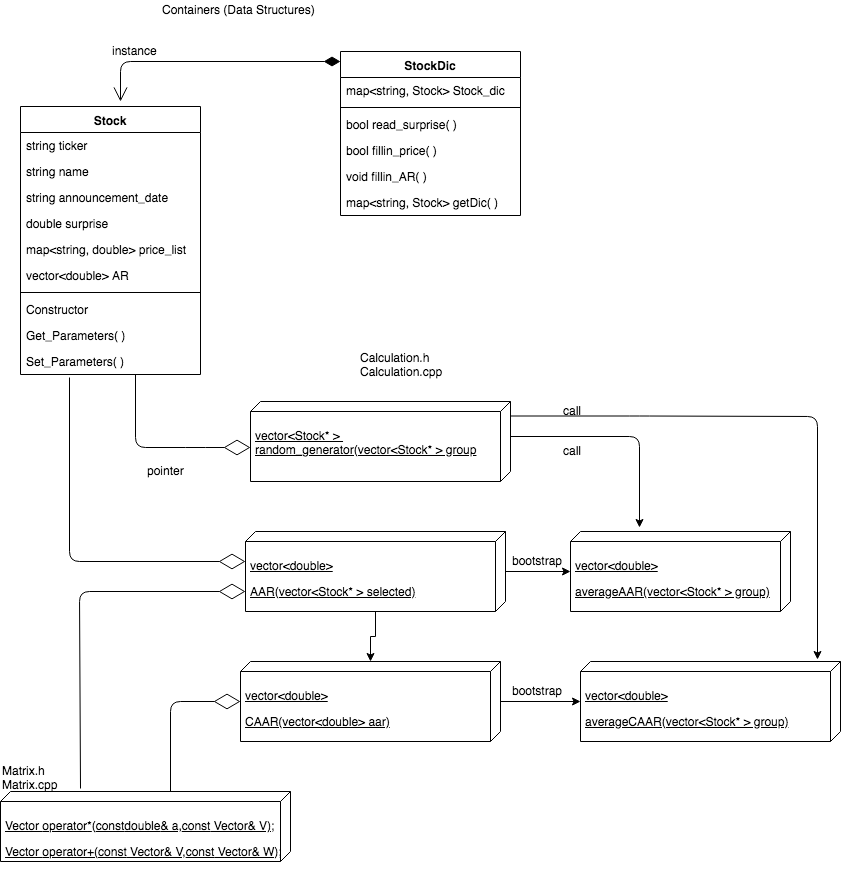
Above: 6883_C-_computing/project/Untitled Diagram.png in lei-hsia/cpp_cudaC (draw.io), before the change. Source tidied: cells renumbered, new cells last; positions are measured from the earlier drawing's top-left corner, leaving out a move shared by most shapes.
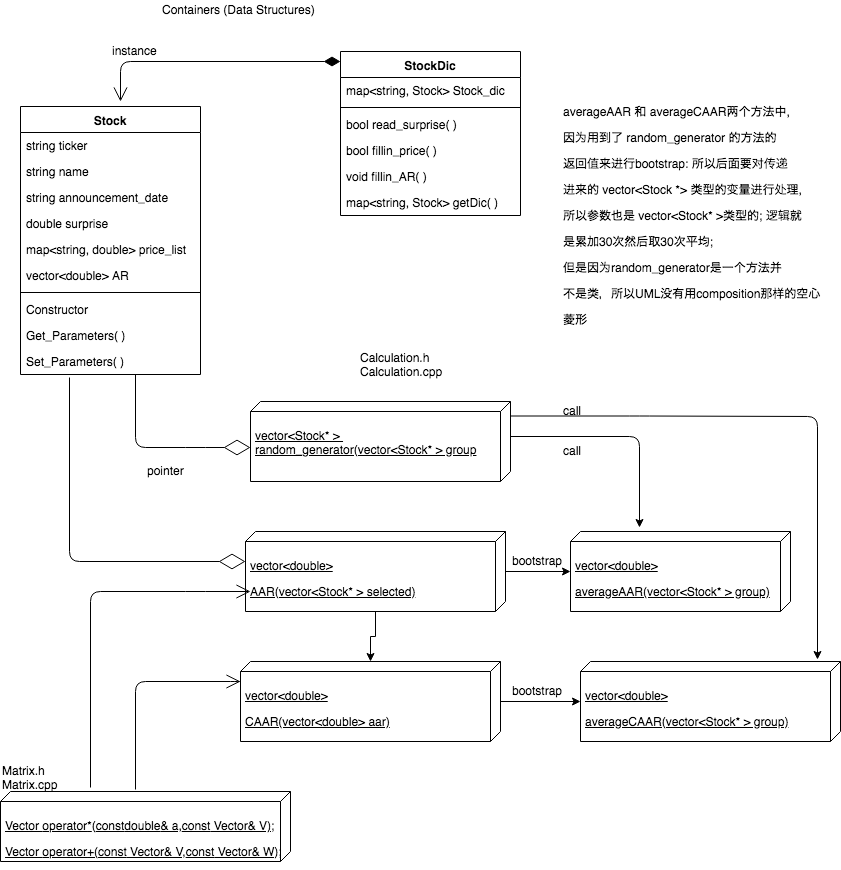
After the change.

The edit, as a diff of the source:
```diff
@@ -125,23 +125,6 @@
     <mxCell id="37" value="&lt;p&gt;&lt;span&gt;Vector &lt;/span&gt;&lt;span&gt;operator&lt;/span&gt;&lt;span&gt;*&lt;/span&gt;&lt;span&gt;(&lt;/span&gt;&lt;span&gt;const&lt;/span&gt;&lt;span&gt;double&lt;/span&gt;&lt;span&gt;&amp;amp; a,&lt;/span&gt;&lt;span&gt;const&lt;/span&gt;&lt;span&gt; Vector&amp;amp; V);&lt;/span&gt;&lt;/p&gt;&lt;p&gt;&lt;/p&gt;&lt;p&gt;&lt;span&gt;Vector &lt;/span&gt;&lt;span&gt;operator&lt;/span&gt;&lt;span&gt;+(&lt;/span&gt;&lt;span&gt;const&lt;/span&gt;&lt;span&gt; Vector&amp;amp; V,&lt;/span&gt;&lt;span&gt;const&lt;/span&gt;&lt;span&gt; Vector&amp;amp; W);&lt;/span&gt;&lt;/p&gt;" style="verticalAlign=top;align=left;spacingTop=8;spacingLeft=2;spacingRight=12;shape=cube;size=10;direction=south;fontStyle=4;html=1;" parent="1" vertex="1">
       <mxGeometry y="791" width="290" height="70" as="geometry" />
     </mxCell>
-    <mxCell id="38" style="endArrow=diamondThin;endFill=0;endSize=24;html=1;" parent="1" edge="1">
-      <mxGeometry relative="1" as="geometry">
-        <mxPoint x="80" y="788" as="sourcePoint" />
-        <mxPoint x="245" y="591" as="targetPoint" />
-        <Array as="points">
-          <mxPoint x="79" y="591" />
-        </Array>
-      </mxGeometry>
-    </mxCell>
-    <mxCell id="39" style="endArrow=diamondThin;endFill=0;endSize=24;html=1;exitX=0;exitY=0.414;exitDx=0;exitDy=0;exitPerimeter=0;" parent="1" edge="1" source="37">
-      <mxGeometry relative="1" as="geometry">
-        <mxPoint x="240" y="701" as="targetPoint" />
-        <Array as="points">
-          <mxPoint x="170" y="701" />
-        </Array>
-      </mxGeometry>
-    </mxCell>
     <mxCell id="40" value="Matrix.h&lt;br&gt;Matrix.cpp" style="text;html=1;align=left;verticalAlign=top;spacingTop=-4;" parent="1" vertex="1">
       <mxGeometry y="761" width="70" height="30" as="geometry" />
     </mxCell>
@@ -167,5 +150,29 @@
     <mxCell id="44" value="call" style="text;html=1;align=left;verticalAlign=top;spacingTop=-4;" parent="1" vertex="1">
       <mxGeometry x="561" y="441" width="30" height="20" as="geometry" />
     </mxCell>
+    <mxCell id="45" value="&lt;p&gt;&lt;br&gt;&lt;/p&gt;" style="text;html=1;align=left;verticalAlign=top;spacingTop=-4;" parent="1" vertex="1">
+      <mxGeometry x="575" y="103" width="20" height="40" as="geometry" />
+    </mxCell>
+    <mxCell id="46" style="endArrow=open;endFill=1;endSize=12;html=1;exitX=-0.057;exitY=0.69;exitDx=0;exitDy=0;exitPerimeter=0;entryX=0.75;entryY=0.981;entryDx=0;entryDy=0;entryPerimeter=0;" parent="1" edge="1" source="37" target="28">
+      <mxGeometry relative="1" as="geometry">
+        <Array as="points">
+          <mxPoint x="90" y="591" />
+          <mxPoint x="195" y="591" />
+        </Array>
+      </mxGeometry>
+    </mxCell>
+    <mxCell id="47" style="endArrow=open;endFill=1;endSize=12;html=1;" parent="1" edge="1">
+      <mxGeometry relative="1" as="geometry">
+        <mxPoint x="135" y="789" as="sourcePoint" />
+        <mxPoint x="240" y="681" as="targetPoint" />
+        <Array as="points">
+          <mxPoint x="135" y="681" />
+          <mxPoint x="240" y="681" />
+        </Array>
+      </mxGeometry>
+    </mxCell>
+    <mxCell id="48" value="&lt;p&gt;&lt;span&gt;averageAAR 和 averageCAAR两个方法中,&lt;/span&gt;&lt;/p&gt;&lt;p&gt;&lt;span&gt;因为用到了 random_generator 的方法的&lt;/span&gt;&lt;/p&gt;&lt;p&gt;&lt;span&gt;返回值来进行bootstrap: 所以后面要对传递&lt;/span&gt;&lt;/p&gt;&lt;p&gt;&lt;span&gt;进来的 vector&amp;lt;Stock *&amp;gt; 类型的变量进行处理,&lt;/span&gt;&lt;/p&gt;&lt;p&gt;&lt;span&gt;所以参数也是 vector&amp;lt;Stock* &amp;gt;类型的; 逻辑就&lt;/span&gt;&lt;/p&gt;&lt;p&gt;&lt;span&gt;是累加30次然后取30次平均;&lt;/span&gt;&lt;/p&gt;&lt;p&gt;&lt;span&gt;但是因为random_generator是一个方法并&lt;/span&gt;&lt;/p&gt;&lt;p&gt;&lt;span&gt;不是类，所以UML没有用composition那样的空心&lt;/span&gt;&lt;/p&gt;&lt;p&gt;&lt;span&gt;菱形&lt;/span&gt;&lt;/p&gt;" style="text;html=1;align=left;verticalAlign=top;spacingTop=-4;" parent="1" vertex="1">
+      <mxGeometry x="561" y="90" width="270" height="250" as="geometry" />
+    </mxCell>
   </root>
 </mxGraphModel>
```
